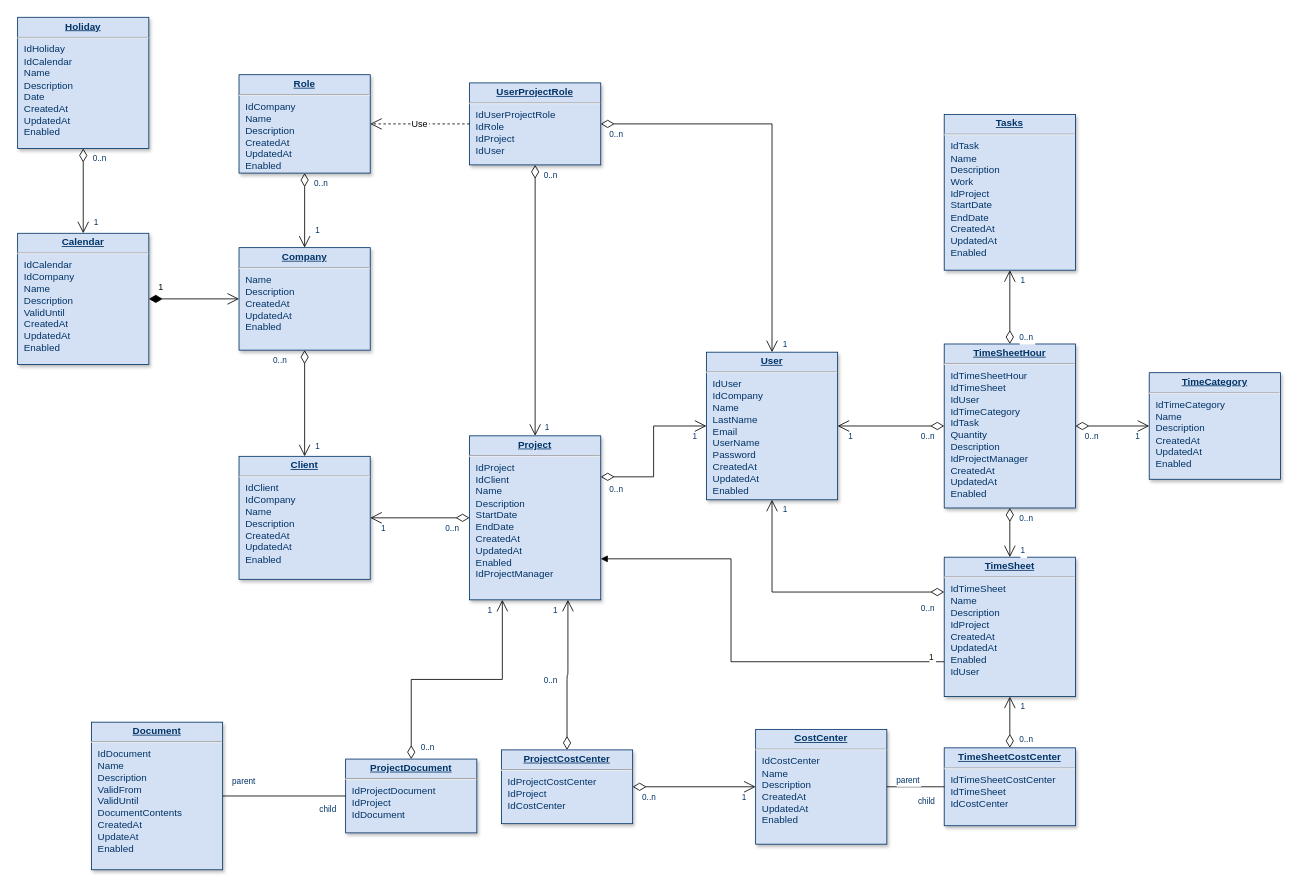
The draw.io diagram Biểu đồ không có tiêu đề.drawio in DungZG/TrackingFlight, before the edit. Source tidied: cells renumbered, new cells numbered last; positions are measured from the earlier drawing's top-left corner, leaving out a move shared by most shapes. Both pictures are drawn from the tidied source at 82%, with x=0, y=0 at pixel (17, 17).
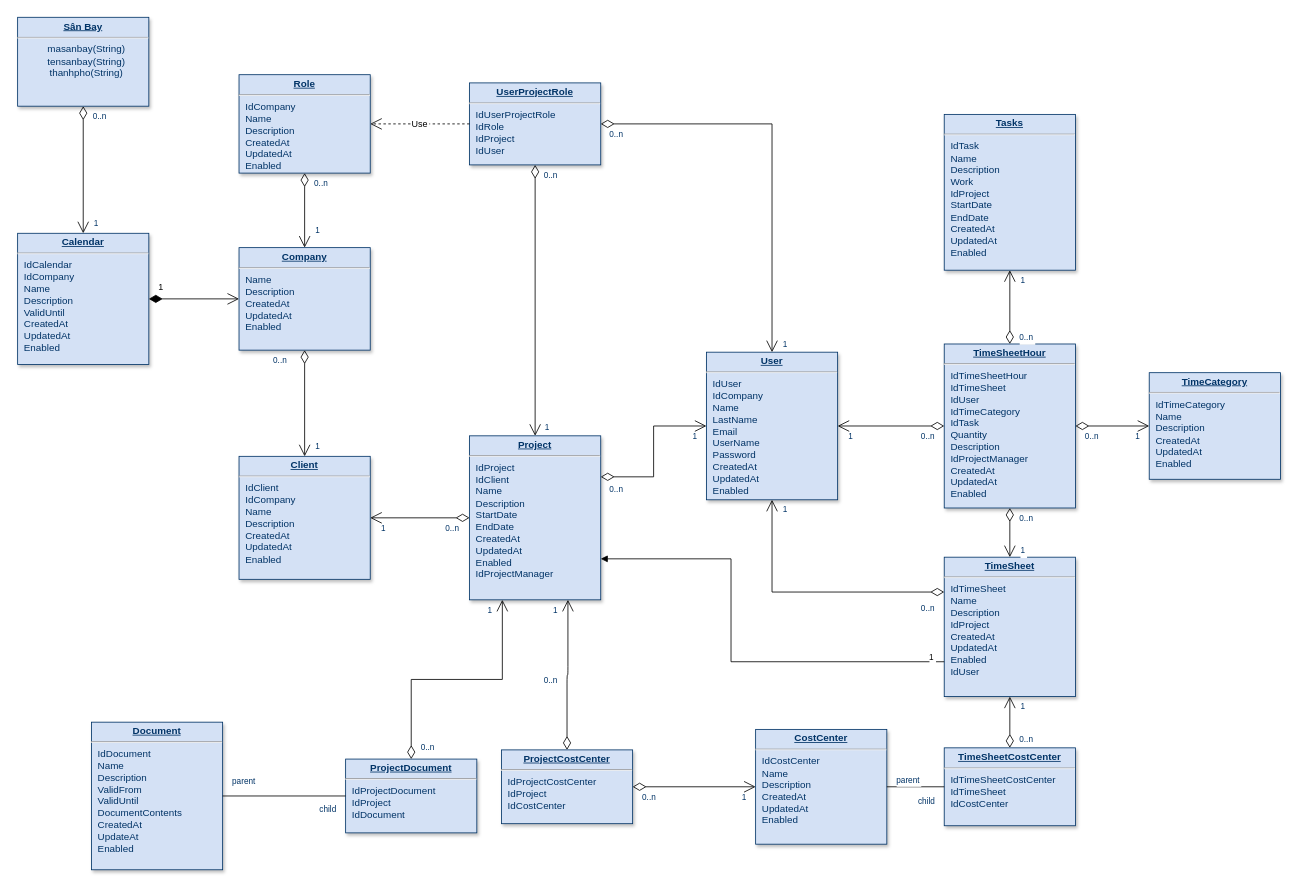
Above is the later version.

Commit message (it also covers changes not shown here):
Cập nhật Biểu đồ không có tiêu đề.drawio

What changed in the source:
```diff
@@
-    <mxCell id="8" value="&lt;p style=&quot;margin: 0px; margin-top: 4px; text-align: center; text-decoration: underline;&quot;&gt;&lt;strong&gt;Holiday&lt;/strong&gt;&lt;/p&gt;&lt;hr /&gt;&lt;p style=&quot;margin: 0px; margin-left: 8px;&quot;&gt;IdHoliday&lt;/p&gt;&lt;p style=&quot;margin: 0px; margin-left: 8px;&quot;&gt;IdCalendar&lt;/p&gt;&lt;p style=&quot;margin: 0px; margin-left: 8px;&quot;&gt;Name&lt;/p&gt;&lt;p style=&quot;margin: 0px; margin-left: 8px;&quot;&gt;Description&lt;/p&gt;&lt;p style=&quot;margin: 0px; margin-left: 8px;&quot;&gt;Date&lt;/p&gt;&lt;p style=&quot;margin: 0px; margin-left: 8px;&quot;&gt;CreatedAt&lt;/p&gt;&lt;p style=&quot;margin: 0px; margin-left: 8px;&quot;&gt;UpdatedAt&lt;/p&gt;&lt;p style=&quot;margin: 0px; margin-left: 8px;&quot;&gt;Enabled&lt;/p&gt;" style="verticalAlign=top;align=left;overflow=fill;fontSize=12;fontFamily=Helvetica;html=1;strokeColor=#003366;shadow=1;fillColor=#D4E1F5;fontColor=#003366;" parent="1" vertex="1">
-      <mxGeometry y="-0.4" width="160" height="160" as="geometry" />
+    <mxCell id="8" value="&lt;p style=&quot;margin: 4px 0px 0px; text-align: center;&quot;&gt;&lt;b style=&quot;text-decoration-line: underline;&quot;&gt;S&lt;/b&gt;&lt;span style=&quot;background-color: transparent; text-align: left;&quot;&gt;&lt;b&gt;&lt;u&gt;ân Bay&lt;/u&gt;&lt;/b&gt;&lt;/span&gt;&lt;/p&gt;&lt;hr&gt;&lt;p style=&quot;text-align: center; margin: 0px 0px 0px 8px;&quot;&gt;masanbay(String)&lt;/p&gt;&lt;p style=&quot;text-align: center; margin: 0px 0px 0px 8px;&quot;&gt;tensanbay(String)&lt;/p&gt;&lt;p style=&quot;text-align: center; margin: 0px 0px 0px 8px;&quot;&gt;thanhpho(String)&lt;/p&gt;" style="verticalAlign=top;align=left;overflow=fill;fontSize=12;fontFamily=Helvetica;html=1;strokeColor=#003366;shadow=1;fillColor=#D4E1F5;fontColor=#003366;" parent="1" vertex="1">
+      <mxGeometry y="-0.4" width="160" height="108.4" as="geometry" />
     </mxCell>
```
